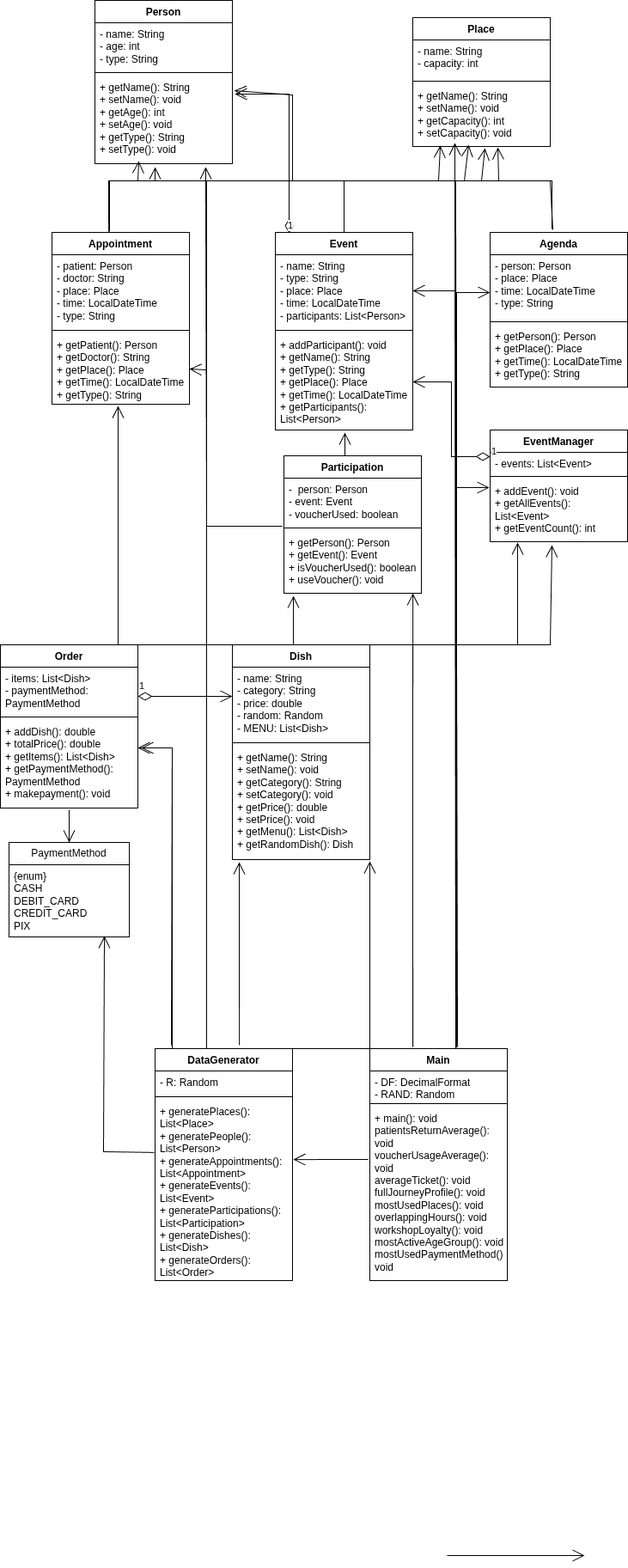
ianzdes/restaurant keeps this draw.io diagram as uml.png. Above is the earlier version. Source tidied: cells renumbered, new cells last; positions are measured from the earlier drawing's top-left corner, leaving out a move shared by most shapes.
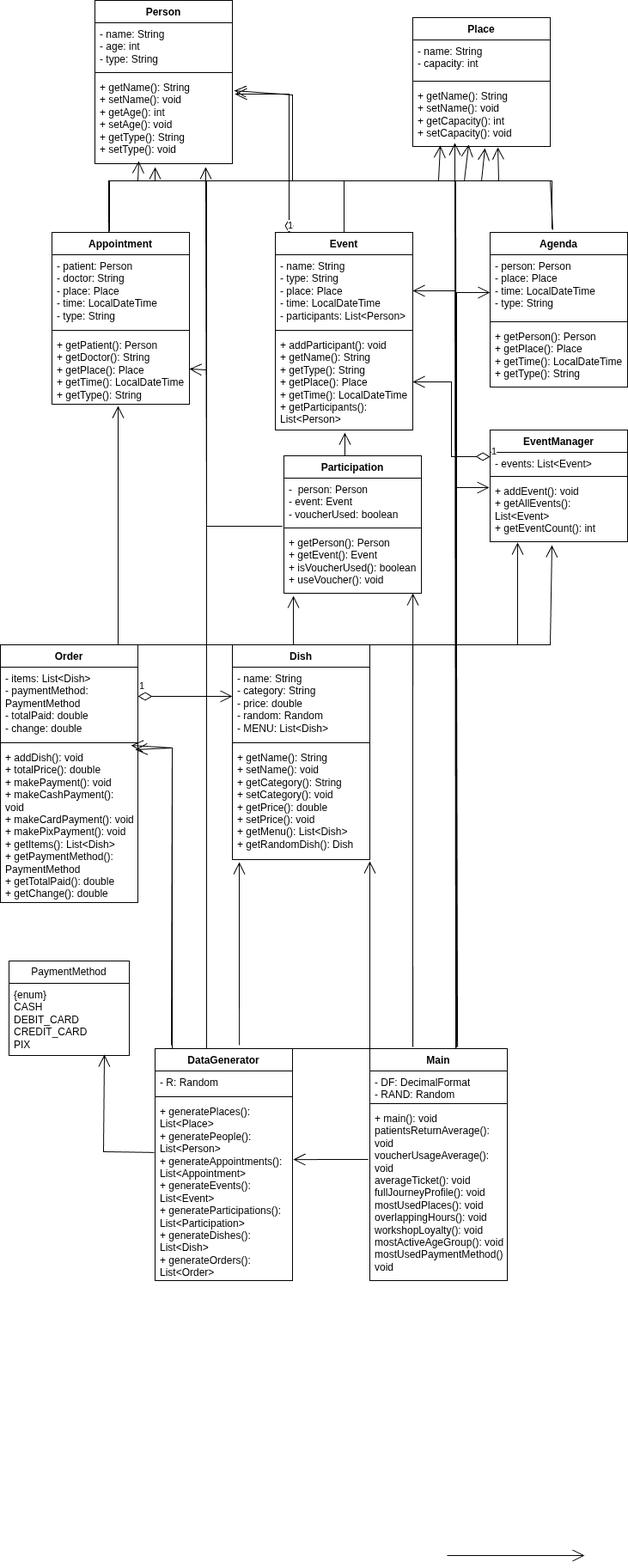
Above is the later version.

Change to the diagram source:
```diff
@@ -51,16 +51,16 @@
       <mxGeometry y="108" width="160" height="72" as="geometry" />
     </mxCell>
     <mxCell id="18" value="Order" style="swimlane;fontStyle=1;align=center;verticalAlign=top;horizontal=1;startSize=26;whiteSpace=wrap;html=1;" parent="1" vertex="1">
-      <mxGeometry y="750" width="160" height="190" as="geometry" />
+      <mxGeometry y="750" width="160" height="300" as="geometry" />
     </mxCell>
-    <mxCell id="19" value="- items: List&amp;lt;Dish&amp;gt;&lt;div&gt;- paymentMethod: PaymentMethod&lt;/div&gt;" style="text;strokeColor=none;fillColor=none;align=left;verticalAlign=top;spacingLeft=4;spacingRight=4;overflow=hidden;whiteSpace=wrap;html=1;" parent="18" vertex="1">
-      <mxGeometry y="26" width="160" height="54" as="geometry" />
+    <mxCell id="19" value="- items: List&amp;lt;Dish&amp;gt;&lt;div&gt;- paymentMethod: PaymentMethod&lt;/div&gt;&lt;div&gt;- totalPaid: double&lt;/div&gt;&lt;div&gt;- change: double&lt;/div&gt;" style="text;strokeColor=none;fillColor=none;align=left;verticalAlign=top;spacingLeft=4;spacingRight=4;overflow=hidden;whiteSpace=wrap;html=1;" parent="18" vertex="1">
+      <mxGeometry y="26" width="160" height="84" as="geometry" />
     </mxCell>
     <mxCell id="20" style="line;strokeWidth=1;fillColor=none;align=left;verticalAlign=middle;spacingTop=-1;spacingLeft=3;spacingRight=3;labelPosition=right;strokeColor=inherit;" parent="18" vertex="1">
-      <mxGeometry y="80" width="160" height="8" as="geometry" />
+      <mxGeometry y="110" width="160" height="8" as="geometry" />
     </mxCell>
-    <mxCell id="21" value="+ addDish(): double&lt;div&gt;+ totalPrice(): double&lt;/div&gt;&lt;div&gt;+ getItems(): List&amp;lt;Dish&amp;gt;&lt;/div&gt;&lt;div&gt;+ getPaymentMethod(): PaymentMethod&lt;/div&gt;&lt;div&gt;+ makepayment(): void&lt;/div&gt;" style="text;strokeColor=none;fillColor=none;align=left;verticalAlign=top;spacingLeft=4;spacingRight=4;overflow=hidden;points=[[0,0.5],[1,0.5]];portConstraint=eastwest;whiteSpace=wrap;html=1;" parent="18" vertex="1">
-      <mxGeometry y="88" width="160" height="102" as="geometry" />
+    <mxCell id="21" value="+ addDish(): void&lt;div&gt;+ totalPrice(): double&lt;/div&gt;&lt;div&gt;+ makePayment(): void&lt;/div&gt;&lt;div&gt;+ makeCashPayment(): void&lt;/div&gt;&lt;div&gt;+ makeCardPayment(): void&lt;/div&gt;&lt;div&gt;+ makePixPayment(): void&lt;/div&gt;&lt;div&gt;+ getItems(): List&amp;lt;Dish&amp;gt;&lt;/div&gt;&lt;div&gt;+ getPaymentMethod(): PaymentMethod&lt;/div&gt;&lt;div&gt;+ getTotalPaid(): double&lt;/div&gt;&lt;div&gt;+ getChange(): double&lt;/div&gt;" style="text;strokeColor=none;fillColor=none;align=left;verticalAlign=top;spacingLeft=4;spacingRight=4;overflow=hidden;points=[[0,0.5],[1,0.5]];portConstraint=eastwest;whiteSpace=wrap;html=1;" parent="18" vertex="1">
+      <mxGeometry y="118" width="160" height="182" as="geometry" />
     </mxCell>
     <mxCell id="22" value="Dish" style="swimlane;fontStyle=1;align=center;verticalAlign=top;horizontal=1;startSize=26;whiteSpace=wrap;html=1;" parent="1" vertex="1">
       <mxGeometry x="270" y="750" width="160" height="250" as="geometry" />
@@ -111,7 +111,7 @@
       <mxGeometry y="88" width="160" height="72" as="geometry" />
     </mxCell>
     <mxCell id="38" value="PaymentMethod" style="swimlane;fontStyle=0;horizontal=1;startSize=26;fillColor=none;whiteSpace=wrap;html=1;" parent="1" vertex="1">
-      <mxGeometry x="10" y="980" width="140" height="110" as="geometry" />
+      <mxGeometry x="10" y="1118" width="140" height="110" as="geometry" />
     </mxCell>
     <mxCell id="39" value="{enum}&lt;div&gt;CASH&lt;/div&gt;&lt;div&gt;DEBIT_CARD&lt;/div&gt;&lt;div&gt;CREDIT_CARD&lt;/div&gt;&lt;div&gt;PIX&lt;/div&gt;" style="text;strokeColor=none;fillColor=none;align=left;verticalAlign=top;spacingLeft=4;spacingRight=4;overflow=hidden;points=[[0,0.5],[1,0.5]];portConstraint=eastwest;whiteSpace=wrap;html=1;" parent="38" vertex="1">
       <mxGeometry y="26" width="140" height="84" as="geometry" />
@@ -184,9 +184,6 @@
         </Array>
       </mxGeometry>
     </mxCell>
-    <mxCell id="54" style="endArrow=open;endFill=1;endSize=12;html=1;rounded=0;exitX=0.5;exitY=1.02;exitDx=0;exitDy=0;exitPerimeter=0;entryX=0.5;entryY=0;entryDx=0;entryDy=0;" parent="1" edge="1" source="21" target="38">
-      <mxGeometry relative="1" as="geometry" />
-    </mxCell>
     <mxCell id="55" value="1" style="endArrow=open;html=1;endSize=12;startArrow=diamondThin;startSize=14;startFill=0;edgeStyle=orthogonalEdgeStyle;align=left;verticalAlign=bottom;rounded=0;" parent="1" edge="1">
       <mxGeometry x="-1" y="3" relative="1" as="geometry">
         <mxPoint x="160" y="810" as="sourcePoint" />
@@ -232,7 +229,7 @@
         </Array>
       </mxGeometry>
     </mxCell>
-    <mxCell id="64" style="endArrow=open;endFill=1;endSize=12;html=1;rounded=0;entryX=1;entryY=0.314;entryDx=0;entryDy=0;entryPerimeter=0;" parent="1" edge="1" target="21">
+    <mxCell id="64" style="endArrow=open;endFill=1;endSize=12;html=1;rounded=0;entryX=0.981;entryY=0.022;entryDx=0;entryDy=0;entryPerimeter=0;" parent="1" edge="1" target="21">
       <mxGeometry relative="1" as="geometry">
         <mxPoint x="430" y="1220" as="sourcePoint" />
         <Array as="points">
@@ -242,9 +239,8 @@
         </Array>
       </mxGeometry>
     </mxCell>
-    <mxCell id="65" style="endArrow=open;endFill=1;endSize=12;html=1;rounded=0;exitX=0.119;exitY=-0.015;exitDx=0;exitDy=0;exitPerimeter=0;" parent="1" edge="1" source="40">
+    <mxCell id="65" style="endArrow=open;endFill=1;endSize=12;html=1;rounded=0;exitX=0.119;exitY=-0.015;exitDx=0;exitDy=0;exitPerimeter=0;entryX=0.95;entryY=-0.005;entryDx=0;entryDy=0;entryPerimeter=0;" parent="1" edge="1" source="40" target="21">
       <mxGeometry relative="1" as="geometry">
-        <mxPoint x="164" y="870" as="targetPoint" />
         <Array as="points">
           <mxPoint x="200" y="870" />
         </Array>
```
